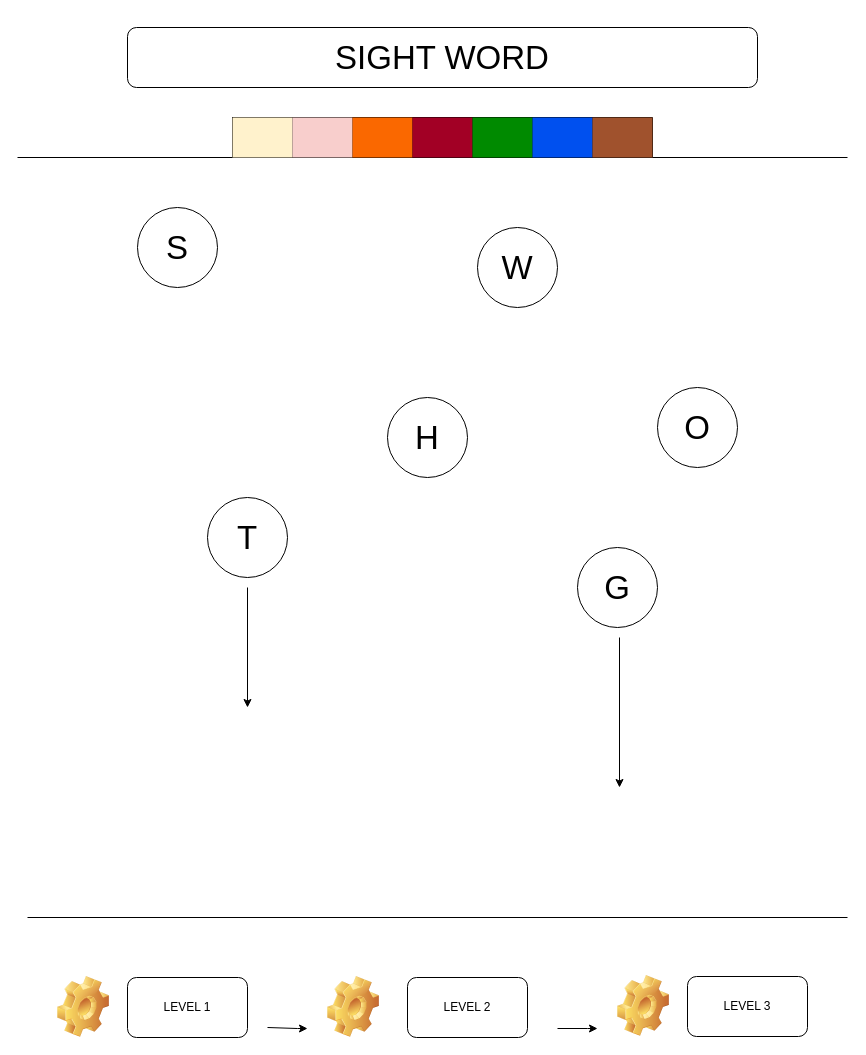
Above: page "Page-1" (1 of 3) of Project1 Mockup.drawio in sashasabov/Project-1 (draw.io), before the change. Source tidied: cells renumbered, new cells numbered last; positions are measured from the earlier drawing's top-left corner, leaving out a move shared by most shapes. Both pictures are drawn from the tidied source at 100%, with x=0, y=0 at pixel (17, 27).
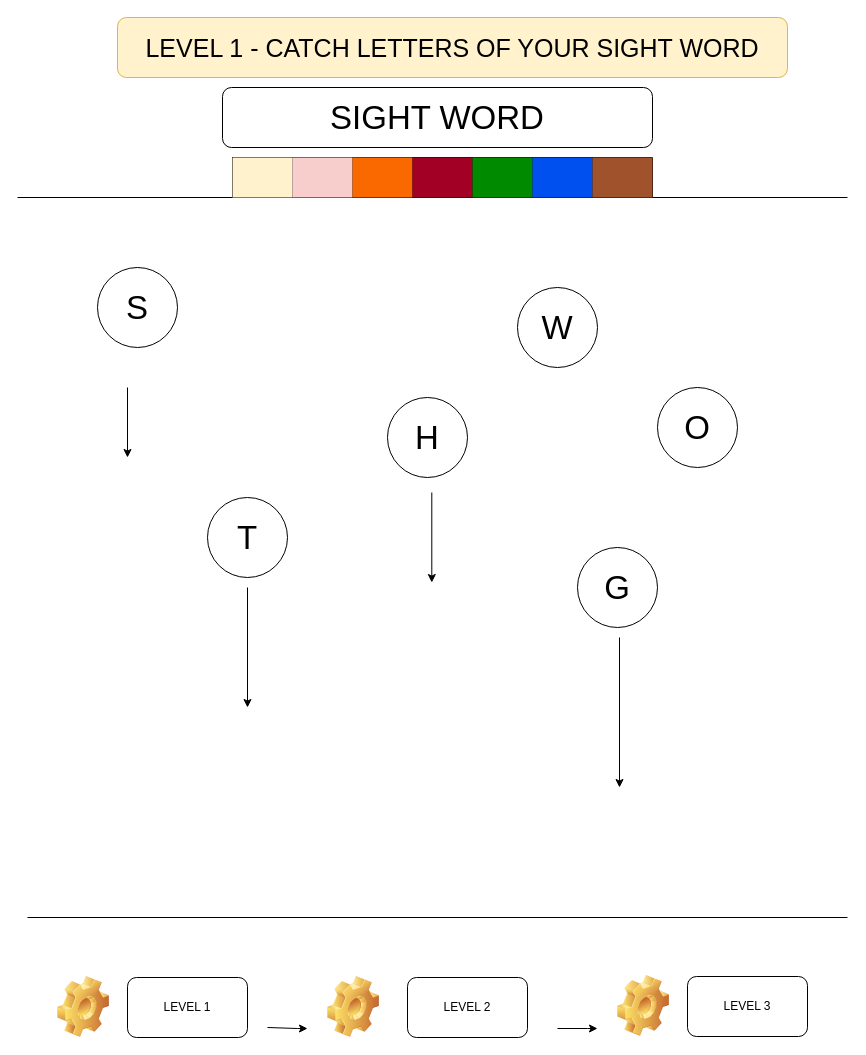
Above is the later version.

What changed in the source:
```diff
@@
     <mxCell id="8" style="endArrow=none;html=1;rounded=0;" parent="1" edge="1">
       <mxGeometry relative="1" as="geometry">
-        <mxPoint y="130" as="sourcePoint" />
-        <mxPoint x="830" y="130" as="targetPoint" />
+        <mxPoint y="170" as="sourcePoint" />
+        <mxPoint x="830" y="170" as="targetPoint" />
         <Array as="points">
-          <mxPoint x="420" y="130" />
+          <mxPoint x="420" y="170" />
         </Array>
       </mxGeometry>
     </mxCell>
     <mxCell id="9" value="&lt;font style=&quot;font-size: 33px&quot;&gt;SIGHT WORD&lt;/font&gt;" style="rounded=1;whiteSpace=wrap;html=1;" parent="1" vertex="1">
-      <mxGeometry x="110" width="630" height="60" as="geometry" />
+      <mxGeometry x="205" y="60" width="430" height="60" as="geometry" />
     </mxCell>
@@
     <mxCell id="11" value="S" style="ellipse;whiteSpace=wrap;html=1;fontSize=33;" parent="1" vertex="1">
-      <mxGeometry x="120" y="180" width="80" height="80" as="geometry" />
+      <mxGeometry x="80" y="240" width="80" height="80" as="geometry" />
     </mxCell>
     <mxCell id="12" value="W" style="ellipse;whiteSpace=wrap;html=1;fontSize=33;" parent="1" vertex="1">
-      <mxGeometry x="460" y="200" width="80" height="80" as="geometry" />
+      <mxGeometry x="500" y="260" width="80" height="80" as="geometry" />
     </mxCell>
@@
     <mxCell id="19" style="shape=table;startSize=0;childLayout=tableLayout;fontSize=33;" parent="1" vertex="1">
-      <mxGeometry x="215" y="90" width="420" height="40" as="geometry" />
+      <mxGeometry x="215" y="130" width="420" height="40" as="geometry" />
     </mxCell>
@@
+    <mxCell id="30" style="endArrow=classic;html=1;rounded=0;fontSize=25;" parent="1" edge="1">
+      <mxGeometry relative="1" as="geometry">
+        <mxPoint x="110" y="360" as="sourcePoint" />
+        <mxPoint x="110" y="430" as="targetPoint" />
+      </mxGeometry>
+    </mxCell>
+    <mxCell id="31" style="endArrow=classic;html=1;rounded=0;fontSize=25;" parent="1" edge="1">
+      <mxGeometry relative="1" as="geometry">
+        <mxPoint x="414.3" y="465" as="sourcePoint" />
+        <mxPoint x="414.3" y="555" as="targetPoint" />
+      </mxGeometry>
+    </mxCell>
+    <mxCell id="32" value="LEVEL 1 - CATCH LETTERS OF YOUR SIGHT WORD" style="rounded=1;whiteSpace=wrap;html=1;fontSize=25;fillColor=#fff2cc;strokeColor=#d6b656;" parent="1" vertex="1">
+      <mxGeometry x="100" y="-10" width="670" height="60" as="geometry" />
+    </mxCell>
```
